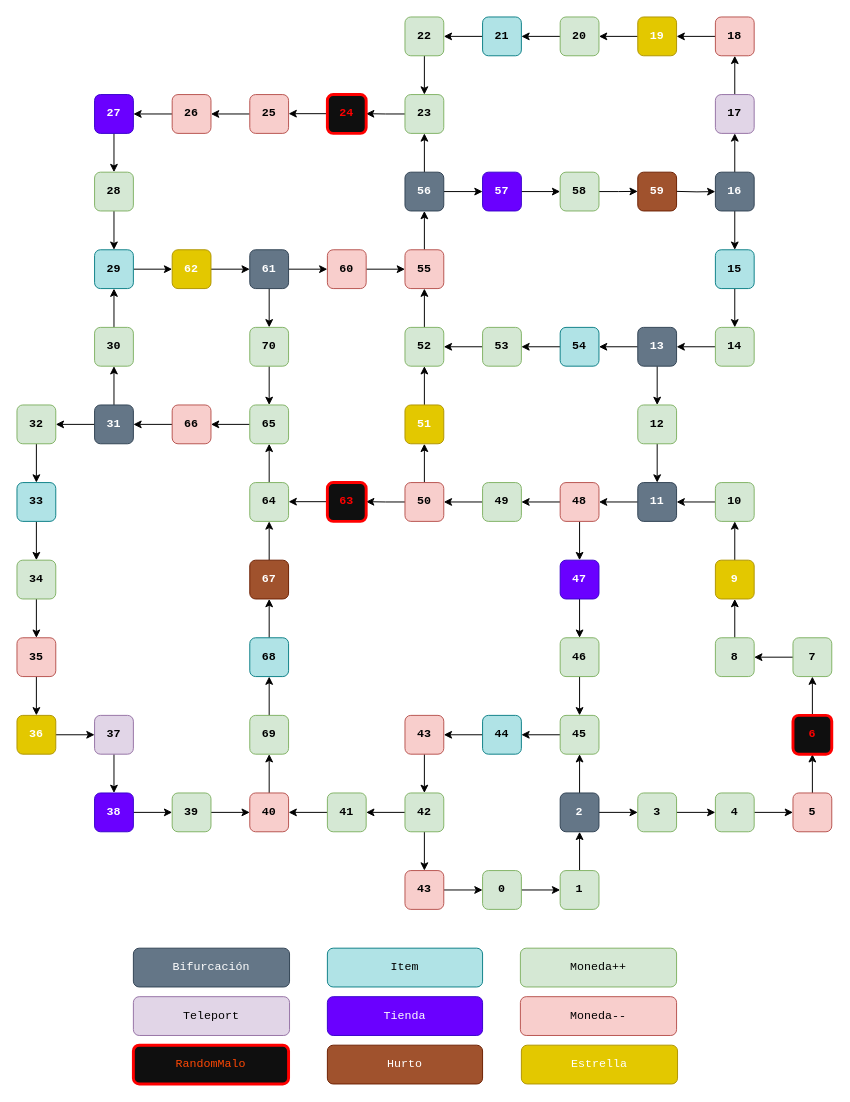
Before: docs/map0.drawio in hansolo-unlam/MarioParty, a draw.io diagram. Source tidied: cells renumbered, new cells numbered last; positions are measured from the earlier drawing's top-left corner, leaving out a move shared by most shapes. Both pictures are drawn from the tidied source at 97%, with x=0, y=0 at pixel (16, 16).
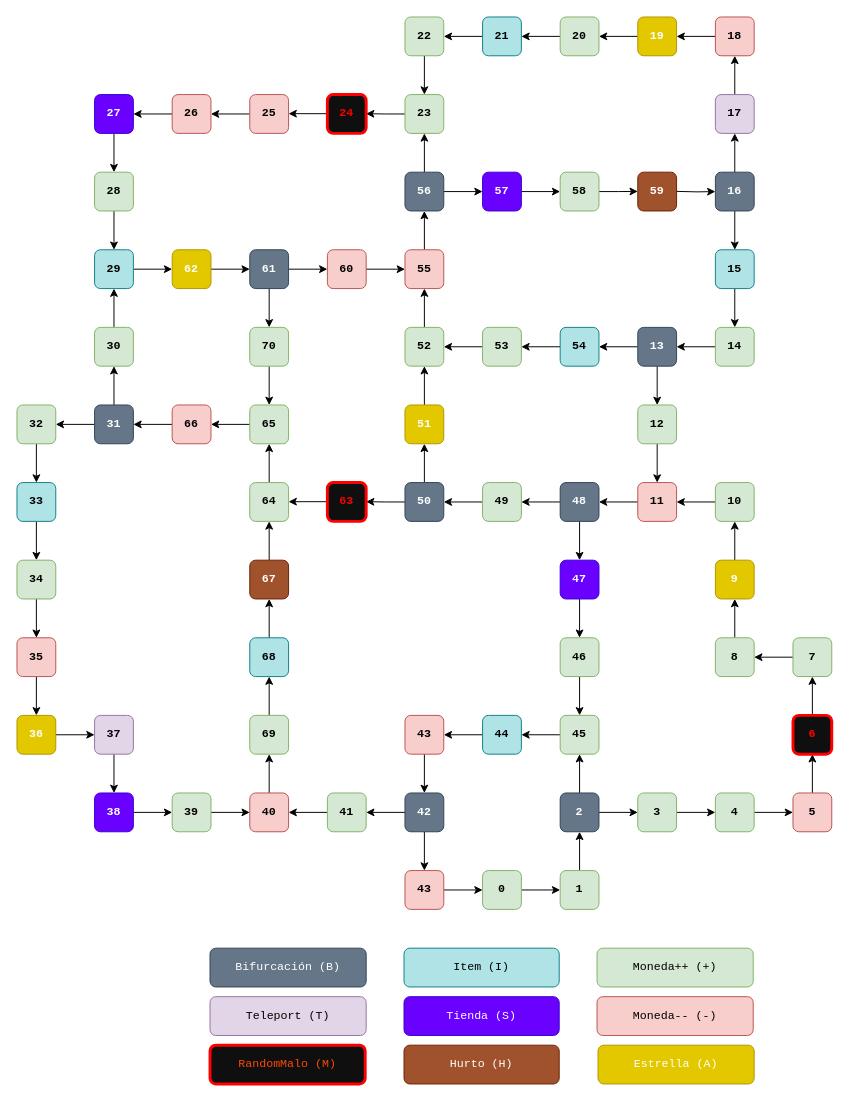
The same page after the edit.

Change to the diagram source:
```diff
@@
-    <mxCell id="13" value="42" style="rounded=1;whiteSpace=wrap;html=1;fontFamily=Courier New;fillColor=#d5e8d4;strokeColor=#82b366;fontStyle=1;" parent="1" vertex="1">
+    <mxCell id="13" value="42" style="rounded=1;whiteSpace=wrap;html=1;fontFamily=Courier New;fillColor=#647687;strokeColor=#314354;fontStyle=1;fontColor=#ffffff;" parent="1" vertex="1">
       <mxGeometry x="400" y="800" width="40" height="40" as="geometry" />
     </mxCell>
@@
-    <mxCell id="31" value="11" style="rounded=1;whiteSpace=wrap;html=1;fontFamily=Courier New;fillColor=#647687;strokeColor=#314354;fontColor=#ffffff;fontStyle=1;" parent="1" vertex="1">
+    <mxCell id="31" value="11" style="rounded=1;whiteSpace=wrap;html=1;fontFamily=Courier New;fillColor=#f8cecc;strokeColor=#b85450;fontStyle=1;" parent="1" vertex="1">
       <mxGeometry x="640" y="480" width="40" height="40" as="geometry" />
     </mxCell>
@@
-    <mxCell id="34" value="48" style="rounded=1;whiteSpace=wrap;html=1;fontFamily=Courier New;fillColor=#f8cecc;strokeColor=#b85450;fontStyle=1;" parent="1" vertex="1">
+    <mxCell id="34" value="48" style="rounded=1;whiteSpace=wrap;html=1;fontFamily=Courier New;fillColor=#647687;strokeColor=#314354;fontStyle=1;fontColor=#ffffff;" parent="1" vertex="1">
       <mxGeometry x="560" y="480" width="40" height="40" as="geometry" />
     </mxCell>
@@
-    <mxCell id="49" value="50" style="rounded=1;whiteSpace=wrap;html=1;fontFamily=Courier New;fillColor=#f8cecc;strokeColor=#b85450;fontStyle=1;" parent="1" vertex="1">
+    <mxCell id="49" value="50" style="rounded=1;whiteSpace=wrap;html=1;fontFamily=Courier New;fillColor=#647687;strokeColor=#314354;fontStyle=1;fontColor=#ffffff;" parent="1" vertex="1">
       <mxGeometry x="400" y="480" width="40" height="40" as="geometry" />
     </mxCell>
@@
-    <mxCell id="150" value="Bifurcación" style="rounded=1;whiteSpace=wrap;html=1;fontFamily=Courier New;fillColor=#647687;strokeColor=#314354;fontColor=#ffffff;" parent="1" vertex="1">
-      <mxGeometry x="120" y="960" width="161" height="40" as="geometry" />
+    <mxCell id="150" value="Bifurcación (B)" style="rounded=1;whiteSpace=wrap;html=1;fontFamily=Courier New;fillColor=#647687;strokeColor=#314354;fontColor=#ffffff;" parent="1" vertex="1">
+      <mxGeometry x="199" y="960" width="161" height="40" as="geometry" />
     </mxCell>
-    <mxCell id="151" value="Estrella" style="rounded=1;whiteSpace=wrap;html=1;fontFamily=Courier New;fillColor=#e3c800;strokeColor=#B09500;fontColor=#ffffff;" parent="1" vertex="1">
-      <mxGeometry x="520" y="1060" width="161" height="40" as="geometry" />
+    <mxCell id="151" value="Estrella (A)" style="rounded=1;whiteSpace=wrap;html=1;fontFamily=Courier New;fillColor=#e3c800;strokeColor=#B09500;fontColor=#ffffff;" parent="1" vertex="1">
+      <mxGeometry x="599" y="1060" width="161" height="40" as="geometry" />
     </mxCell>
-    <mxCell id="152" value="Teleport" style="rounded=1;whiteSpace=wrap;html=1;fontFamily=Courier New;fillColor=#e1d5e7;strokeColor=#9673a6;" parent="1" vertex="1">
-      <mxGeometry x="120" y="1010" width="161" height="40" as="geometry" />
+    <mxCell id="152" value="Teleport (T)" style="rounded=1;whiteSpace=wrap;html=1;fontFamily=Courier New;fillColor=#e1d5e7;strokeColor=#9673a6;" parent="1" vertex="1">
+      <mxGeometry x="199" y="1010" width="161" height="40" as="geometry" />
     </mxCell>
-    <mxCell id="153" value="&lt;font color=&quot;#ff4805&quot;&gt;RandomMalo&lt;/font&gt;" style="rounded=1;whiteSpace=wrap;html=1;fontFamily=Courier New;strokeColor=#FF0000;fillColor=#0F0F0F;strokeWidth=3;" parent="1" vertex="1">
-      <mxGeometry x="120" y="1060" width="160" height="40" as="geometry" />
+    <mxCell id="153" value="&lt;font color=&quot;#ff4805&quot;&gt;RandomMalo (M)&lt;/font&gt;" style="rounded=1;whiteSpace=wrap;html=1;fontFamily=Courier New;strokeColor=#FF0000;fillColor=#0F0F0F;strokeWidth=3;" parent="1" vertex="1">
+      <mxGeometry x="199" y="1060" width="160" height="40" as="geometry" />
     </mxCell>
@@
-    <mxCell id="156" value="Item" style="rounded=1;whiteSpace=wrap;html=1;fontFamily=Courier New;fillColor=#b0e3e6;strokeColor=#0e8088;" parent="1" vertex="1">
-      <mxGeometry x="320" y="960" width="160" height="40" as="geometry" />
+    <mxCell id="156" value="Item (I)" style="rounded=1;whiteSpace=wrap;html=1;fontFamily=Courier New;fillColor=#b0e3e6;strokeColor=#0e8088;" parent="1" vertex="1">
+      <mxGeometry x="399" y="960" width="160" height="40" as="geometry" />
     </mxCell>
-    <mxCell id="157" value="Tienda" style="rounded=1;whiteSpace=wrap;html=1;fontFamily=Courier New;fillColor=#6a00ff;strokeColor=#3700CC;fontColor=#ffffff;" parent="1" vertex="1">
-      <mxGeometry x="320" y="1010" width="160" height="40" as="geometry" />
+    <mxCell id="157" value="Tienda (S)" style="rounded=1;whiteSpace=wrap;html=1;fontFamily=Courier New;fillColor=#6a00ff;strokeColor=#3700CC;fontColor=#ffffff;" parent="1" vertex="1">
+      <mxGeometry x="399" y="1010" width="160" height="40" as="geometry" />
     </mxCell>
-    <mxCell id="158" value="Hurto" style="rounded=1;whiteSpace=wrap;html=1;fontFamily=Courier New;fillColor=#a0522d;strokeColor=#6D1F00;fontColor=#ffffff;" parent="1" vertex="1">
-      <mxGeometry x="320" y="1060" width="160" height="40" as="geometry" />
+    <mxCell id="158" value="Hurto (H)" style="rounded=1;whiteSpace=wrap;html=1;fontFamily=Courier New;fillColor=#a0522d;strokeColor=#6D1F00;fontColor=#ffffff;" parent="1" vertex="1">
+      <mxGeometry x="399" y="1060" width="160" height="40" as="geometry" />
     </mxCell>
@@
-    <mxCell id="160" value="Moneda++" style="rounded=1;whiteSpace=wrap;html=1;fontFamily=Courier New;fillColor=#d5e8d4;strokeColor=#82b366;" parent="1" vertex="1">
-      <mxGeometry x="519" y="960" width="161" height="40" as="geometry" />
+    <mxCell id="160" value="Moneda++ (+)" style="rounded=1;whiteSpace=wrap;html=1;fontFamily=Courier New;fillColor=#d5e8d4;strokeColor=#82b366;" parent="1" vertex="1">
+      <mxGeometry x="598" y="960" width="161" height="40" as="geometry" />
     </mxCell>
-    <mxCell id="161" value="Moneda--" style="rounded=1;whiteSpace=wrap;html=1;fontFamily=Courier New;fillColor=#f8cecc;strokeColor=#b85450;" parent="1" vertex="1">
-      <mxGeometry x="519" y="1010" width="161" height="40" as="geometry" />
+    <mxCell id="161" value="Moneda-- (-)" style="rounded=1;whiteSpace=wrap;html=1;fontFamily=Courier New;fillColor=#f8cecc;strokeColor=#b85450;" parent="1" vertex="1">
+      <mxGeometry x="598" y="1010" width="161" height="40" as="geometry" />
     </mxCell>
```
